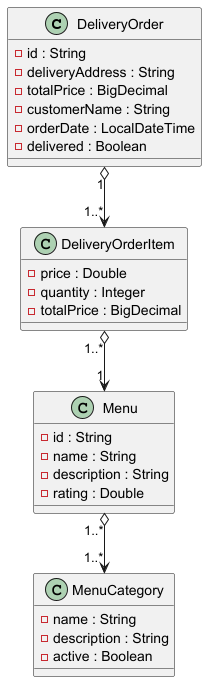
The PlantUML diagram docs/delivery-food.model.png in miw-upm/apaw-practice, before a commit.
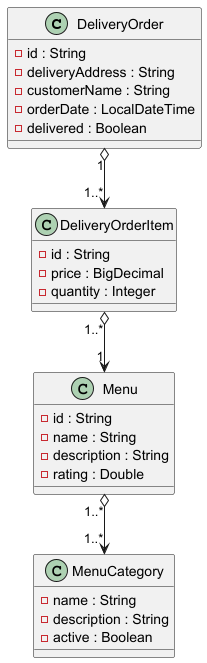
After the change.

Commit message:
Fixed Delivery-food: remove totalPrice #838

What changed in the source:
```diff
@@ -3,16 +3,15 @@
 class DeliveryOrder {
 - id : String
 - deliveryAddress : String
-- totalPrice : BigDecimal
 - customerName : String
 - orderDate : LocalDateTime
 - delivered : Boolean
 }
 
 class DeliveryOrderItem {
-- price : Double
+- id : String
+- price : BigDecimal
 - quantity : Integer
-- totalPrice : BigDecimal
 }
 
 class Menu {
```
